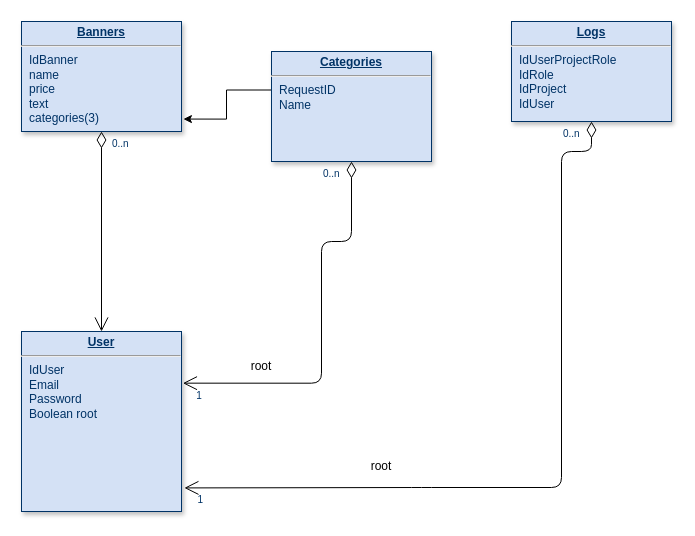
Before: Project_view.drawio in DragonFlameStrike/Web-aplication-front-docker-nginx-, a draw.io diagram. Source tidied: cells renumbered, new cells numbered last; positions are measured from the earlier drawing's top-left corner, leaving out a move shared by most shapes. Both pictures are drawn from the tidied source at 100%, with x=0, y=0 at pixel (21, 21).
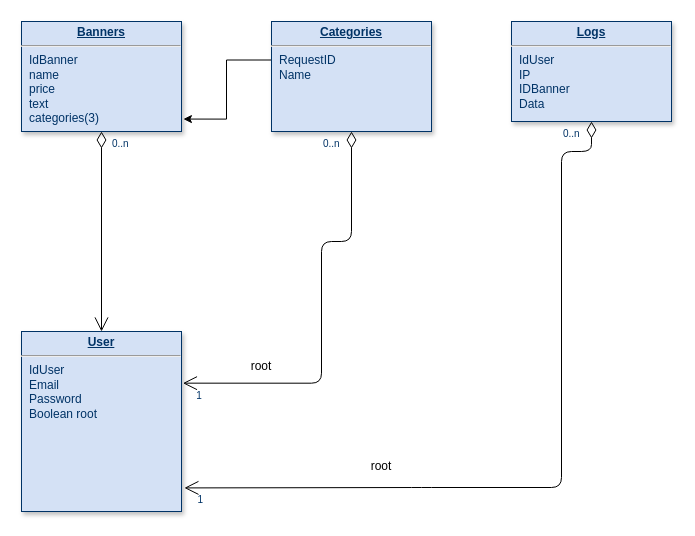
The same diagram, later.

Diff of the diagram source:
```diff
@@
     <mxCell id="5" value="&lt;p style=&quot;margin: 0px; margin-top: 4px; text-align: center; text-decoration: underline;&quot;&gt;&lt;strong&gt;Categories&lt;/strong&gt;&lt;/p&gt;&lt;hr&gt;&lt;p style=&quot;margin: 0px; margin-left: 8px;&quot;&gt;RequestID&lt;/p&gt;&lt;p style=&quot;margin: 0px; margin-left: 8px;&quot;&gt;Name&lt;/p&gt;&lt;p style=&quot;margin: 0px; margin-left: 8px;&quot;&gt;&lt;br&gt;&lt;/p&gt;" style="verticalAlign=top;align=left;overflow=fill;fontSize=12;fontFamily=Helvetica;html=1;strokeColor=#003366;shadow=1;fillColor=#D4E1F5;fontColor=#003366;" parent="1" vertex="1">
-      <mxGeometry x="250" y="30" width="160" height="110" as="geometry" />
+      <mxGeometry x="250" width="160" height="110" as="geometry" />
     </mxCell>
@@
-    <mxCell id="12" value="&lt;p style=&quot;margin: 0px; margin-top: 4px; text-align: center; text-decoration: underline;&quot;&gt;&lt;strong&gt;Logs&lt;/strong&gt;&lt;/p&gt;&lt;hr&gt;&lt;p style=&quot;margin: 0px; margin-left: 8px;&quot;&gt;IdUserProjectRole&lt;/p&gt;&lt;p style=&quot;margin: 0px; margin-left: 8px;&quot;&gt;IdRole&lt;/p&gt;&lt;p style=&quot;margin: 0px; margin-left: 8px;&quot;&gt;IdProject&lt;/p&gt;&lt;p style=&quot;margin: 0px; margin-left: 8px;&quot;&gt;IdUser&lt;/p&gt;" style="verticalAlign=top;align=left;overflow=fill;fontSize=12;fontFamily=Helvetica;html=1;strokeColor=#003366;shadow=1;fillColor=#D4E1F5;fontColor=#003366;" parent="1" vertex="1">
+    <mxCell id="12" value="&lt;p style=&quot;margin: 0px; margin-top: 4px; text-align: center; text-decoration: underline;&quot;&gt;&lt;strong&gt;Logs&lt;/strong&gt;&lt;/p&gt;&lt;hr&gt;&lt;p style=&quot;margin: 0px; margin-left: 8px;&quot;&gt;IdUser&lt;/p&gt;&lt;p style=&quot;margin: 0px; margin-left: 8px;&quot;&gt;IP&lt;/p&gt;&lt;p style=&quot;margin: 0px; margin-left: 8px;&quot;&gt;IDBanner&lt;/p&gt;&lt;p style=&quot;margin: 0px; margin-left: 8px;&quot;&gt;Data&lt;/p&gt;" style="verticalAlign=top;align=left;overflow=fill;fontSize=12;fontFamily=Helvetica;html=1;strokeColor=#003366;shadow=1;fillColor=#D4E1F5;fontColor=#003366;" parent="1" vertex="1">
       <mxGeometry x="490" width="160" height="100" as="geometry" />
     </mxCell>
```
